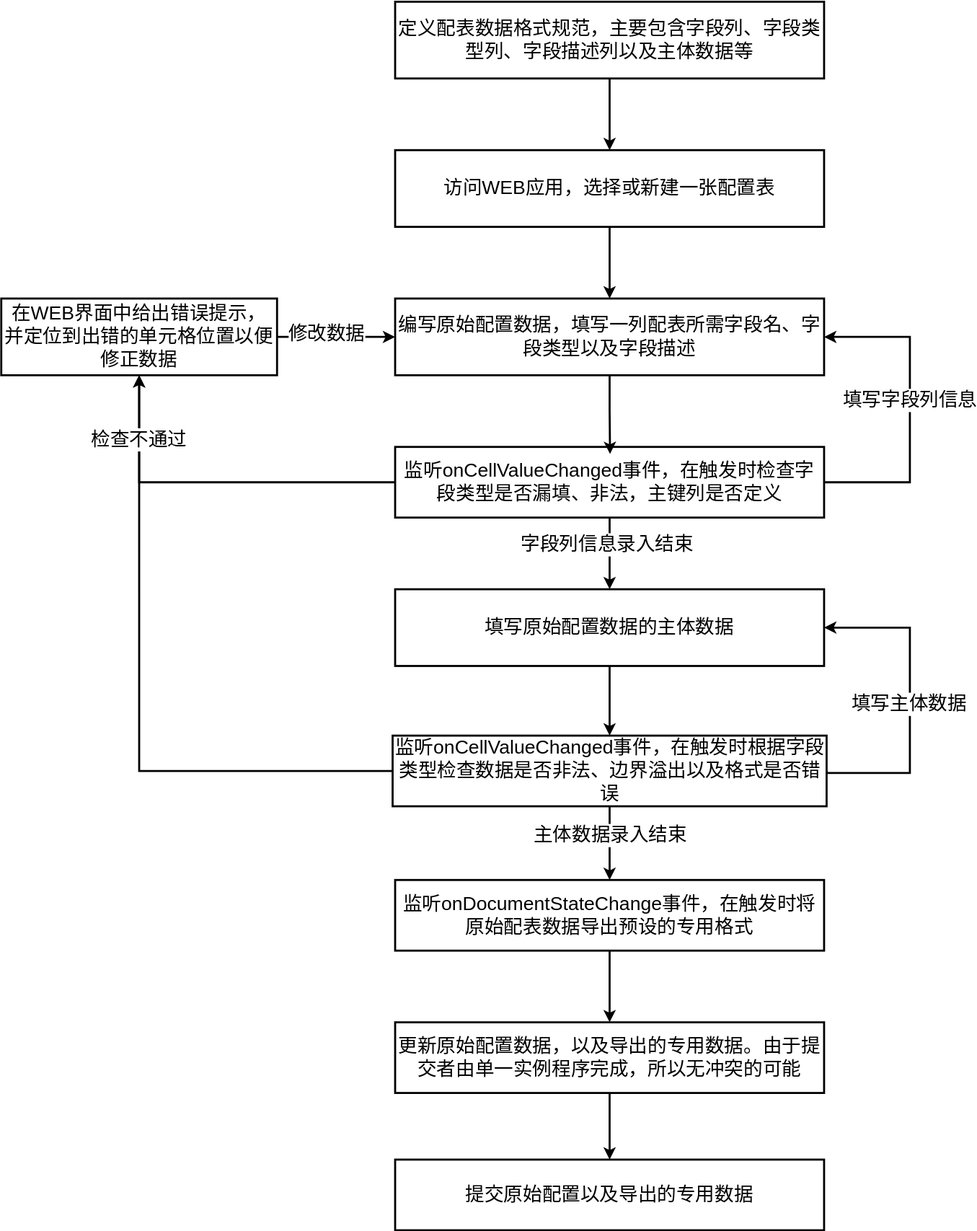
Above: 一种基于WEB表格支持协同配置校验数据的方法/新流程.svg in dong50252409/drawio (draw.io), before the change. Source tidied: cells renumbered, new cells last; positions are measured from the earlier drawing's top-left corner, leaving out a move shared by most shapes.
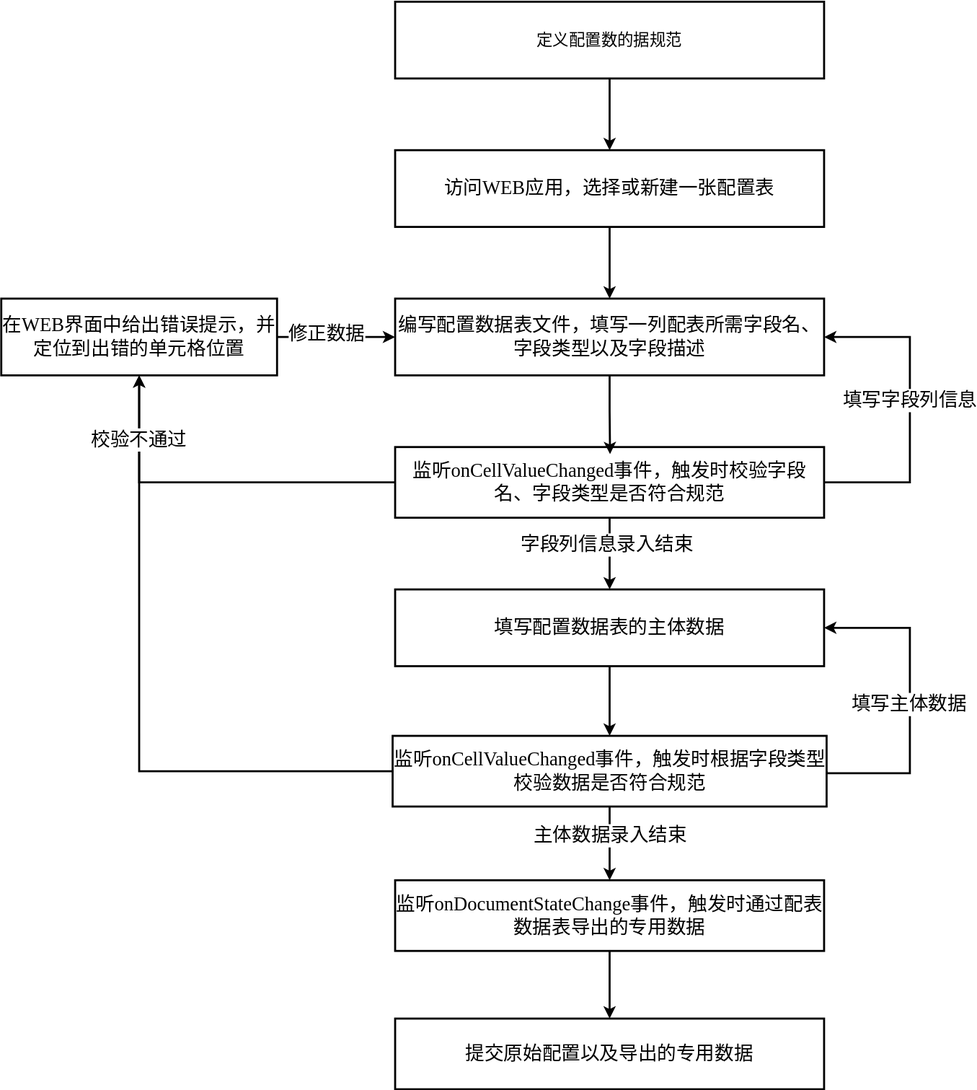
After the commit.

Commit message:
已添加 新流程.svg

What changed in the source:
```diff
@@ -2,52 +2,52 @@
   <root>
     <mxCell id="0" />
     <mxCell id="1" parent="0" />
-    <mxCell id="2" style="edgeStyle=orthogonalEdgeStyle;rounded=0;jettySize=auto;html=1;fontFamily=Helvetica;fontSize=19;strokeWidth=2;" parent="1" edge="1" source="3" target="21">
-      <mxGeometry relative="1" as="geometry" />
-    </mxCell>
+    <mxCell id="31" style="edgeStyle=orthogonalEdgeStyle;rounded=0;jettySize=auto;html=1;exitX=0.5;exitY=1;exitDx=0;exitDy=0;strokeWidth=2;" parent="1" edge="1" source="3" target="30">
+      <mxGeometry relative="1" as="geometry" />
+    </mxCell>
-    <mxCell id="3" value="监听onDocumentStateChange事件，在触发时将原始配表数据导出预设的专用格式" style="shape=rectangle;whiteSpace=wrap;html=1;fontFamily=Helvetica;fontSize=19;strokeWidth=2;" parent="1" vertex="1">
+    <mxCell id="3" value="监听onDocumentStateChange事件，触发时通过配表数据表导出的专用数据" style="shape=rectangle;whiteSpace=wrap;html=1;fontFamily=宋体;fontSize=19;strokeWidth=2;" parent="1" vertex="1">
       <mxGeometry x="390" y="870" width="425" height="70" as="geometry" />
     </mxCell>
-    <mxCell id="4" style="edgeStyle=orthogonalEdgeStyle;rounded=0;jettySize=auto;html=1;exitX=0.5;exitY=1;exitDx=0;exitDy=0;fontFamily=Helvetica;fontSize=19;strokeWidth=2;" parent="1" edge="1" source="5" target="13">
+    <mxCell id="4" style="edgeStyle=orthogonalEdgeStyle;rounded=0;jettySize=auto;html=1;exitX=0.5;exitY=1;exitDx=0;exitDy=0;fontFamily=宋体;fontSize=19;strokeWidth=2;" parent="1" edge="1" source="5" target="13">
       <mxGeometry relative="1" as="geometry" />
     </mxCell>
-    <mxCell id="5" value="定义配表数据格式规范，主要包含字段列、字段类型列、字段描述列以及主体数据等" style="shape=rectangle;whiteSpace=wrap;html=1;fontFamily=Helvetica;fontSize=19;strokeWidth=2;" parent="1" vertex="1">
+    <mxCell id="5" value="&lt;span style=&quot;font-size:12.0pt;font-family:宋体;&lt;br/&gt;mso-bidi-font-family:&amp;quot;Times New Roman&amp;quot;;mso-font-kerning:1.0pt;mso-ansi-language:&lt;br/&gt;EN-US;mso-fareast-language:ZH-CN;mso-bidi-language:AR-SA&quot;&gt;定义配置数的据规范&lt;/span&gt;" style="shape=rectangle;whiteSpace=wrap;html=1;fontFamily=宋体;fontSize=19;strokeWidth=2;" parent="1" vertex="1">
       <mxGeometry x="390" width="425" height="76" as="geometry" />
     </mxCell>
-    <mxCell id="6" style="edgeStyle=orthogonalEdgeStyle;rounded=0;jettySize=auto;html=1;fontFamily=Helvetica;fontSize=19;strokeWidth=2;" parent="1" edge="1" source="7" target="28">
+    <mxCell id="6" style="edgeStyle=orthogonalEdgeStyle;rounded=0;jettySize=auto;html=1;fontFamily=宋体;fontSize=19;strokeWidth=2;" parent="1" edge="1" source="7" target="28">
       <mxGeometry relative="1" as="geometry" />
     </mxCell>
-    <mxCell id="7" value="填写原始配置数据的主体数据" style="shape=rectangle;whiteSpace=wrap;html=1;fontFamily=Helvetica;fontSize=19;strokeWidth=2;perimeter=rectanglePerimeter;" parent="1" vertex="1">
+    <mxCell id="7" value="填写配置数据表的主体数据" style="shape=rectangle;whiteSpace=wrap;html=1;fontFamily=宋体;fontSize=19;strokeWidth=2;perimeter=rectanglePerimeter;" parent="1" vertex="1">
       <mxGeometry x="390" y="582" width="425" height="76" as="geometry" />
     </mxCell>
-    <mxCell id="8" value="编写原始配置数据，填写一列配表所需字段名、字段类型以及字段描述" style="shape=rectangle;whiteSpace=wrap;html=1;fontFamily=Helvetica;fontSize=19;strokeWidth=2;" parent="1" vertex="1">
+    <mxCell id="8" value="编写配置数据表文件，填写一列配表所需字段名、字段类型以及字段描述" style="shape=rectangle;whiteSpace=wrap;html=1;fontFamily=宋体;fontSize=19;strokeWidth=2;" parent="1" vertex="1">
       <mxGeometry x="390" y="294" width="425" height="76" as="geometry" />
     </mxCell>
-    <mxCell id="9" style="edgeStyle=orthogonalEdgeStyle;rounded=0;jettySize=auto;html=1;exitX=1;exitY=0.5;exitDx=0;exitDy=0;entryX=0;entryY=0.5;entryDx=0;entryDy=0;strokeWidth=2;fontSize=19;" parent="1" edge="1" source="11" target="8">
+    <mxCell id="9" style="edgeStyle=orthogonalEdgeStyle;rounded=0;jettySize=auto;html=1;exitX=1;exitY=0.5;exitDx=0;exitDy=0;entryX=0;entryY=0.5;entryDx=0;entryDy=0;strokeWidth=2;fontSize=19;fontFamily=宋体;" parent="1" edge="1" source="11" target="8">
       <mxGeometry relative="1" as="geometry" />
     </mxCell>
-    <mxCell id="10" value="修改数据" style="edgeLabel;html=1;align=center;verticalAlign=middle;fontSize=19;" parent="9" vertex="1">
+    <mxCell id="10" value="修正数据" style="edgeLabel;html=1;align=center;verticalAlign=middle;fontSize=19;fontFamily=宋体;" parent="9" vertex="1">
       <mxGeometry x="-0.18" y="4" relative="1" as="geometry" />
     </mxCell>
-    <mxCell id="11" value="在WEB界面中给出错误提示，并定位到出错的单元格位置以便修正数据" style="shape=rectangle;whiteSpace=wrap;html=1;fontFamily=Helvetica;fontSize=19;strokeWidth=2;" parent="1" vertex="1">
+    <mxCell id="11" value="在WEB界面中给出错误提示，并定位到出错的单元格位置" style="shape=rectangle;whiteSpace=wrap;html=1;fontFamily=宋体;fontSize=19;strokeWidth=2;" parent="1" vertex="1">
       <mxGeometry x="-0.2" y="294" width="273.2" height="76" as="geometry" />
     </mxCell>
-    <mxCell id="12" style="edgeStyle=orthogonalEdgeStyle;rounded=0;jettySize=auto;html=1;exitX=0.5;exitY=1;exitDx=0;exitDy=0;fontFamily=Helvetica;fontSize=19;strokeWidth=2;" parent="1" edge="1" source="13" target="8">
+    <mxCell id="12" style="edgeStyle=orthogonalEdgeStyle;rounded=0;jettySize=auto;html=1;exitX=0.5;exitY=1;exitDx=0;exitDy=0;fontFamily=宋体;fontSize=19;strokeWidth=2;" parent="1" edge="1" source="13" target="8">
       <mxGeometry relative="1" as="geometry" />
     </mxCell>
-    <mxCell id="13" value="访问WEB应用，选择或新建一张配置表" style="shape=rectangle;whiteSpace=wrap;html=1;fontFamily=Helvetica;fontSize=19;strokeWidth=2;" parent="1" vertex="1">
+    <mxCell id="13" value="访问WEB应用，选择或新建一张配置表" style="shape=rectangle;whiteSpace=wrap;html=1;fontFamily=宋体;fontSize=19;strokeWidth=2;" parent="1" vertex="1">
       <mxGeometry x="390" y="147" width="425" height="76" as="geometry" />
     </mxCell>
-    <mxCell id="14" style="edgeStyle=orthogonalEdgeStyle;rounded=0;jettySize=auto;html=1;entryX=0.5;entryY=0;entryDx=0;entryDy=0;fontFamily=Helvetica;fontSize=19;strokeWidth=2;" parent="1" edge="1" source="19" target="7">
+    <mxCell id="14" style="edgeStyle=orthogonalEdgeStyle;rounded=0;jettySize=auto;html=1;entryX=0.5;entryY=0;entryDx=0;entryDy=0;fontFamily=宋体;fontSize=19;strokeWidth=2;" parent="1" edge="1" source="19" target="7">
       <mxGeometry relative="1" as="geometry" />
     </mxCell>
-    <mxCell id="15" value="字段列信息录入结束" style="edgeLabel;html=1;align=center;verticalAlign=middle;fontSize=19;" parent="14" vertex="1">
+    <mxCell id="15" value="字段列信息录入结束" style="edgeLabel;html=1;align=center;verticalAlign=middle;fontSize=19;fontFamily=宋体;" parent="14" vertex="1">
       <mxGeometry x="-0.27" y="-3" relative="1" as="geometry" />
     </mxCell>
-    <mxCell id="16" style="edgeStyle=orthogonalEdgeStyle;rounded=0;jettySize=auto;html=1;exitX=0;exitY=0.5;exitDx=0;exitDy=0;entryX=0.5;entryY=1;entryDx=0;entryDy=0;strokeWidth=2;fontSize=19;" parent="1" edge="1" source="19" target="11">
+    <mxCell id="16" style="edgeStyle=orthogonalEdgeStyle;rounded=0;jettySize=auto;html=1;exitX=0;exitY=0.5;exitDx=0;exitDy=0;entryX=0.5;entryY=1;entryDx=0;entryDy=0;strokeWidth=2;fontSize=19;fontFamily=宋体;" parent="1" edge="1" source="19" target="11">
       <mxGeometry relative="1" as="geometry" />
     </mxCell>
-    <mxCell id="17" style="edgeStyle=orthogonalEdgeStyle;rounded=0;jettySize=auto;html=1;exitX=1;exitY=0.5;exitDx=0;exitDy=0;entryX=1;entryY=0.5;entryDx=0;entryDy=0;fontSize=19;strokeWidth=2;" parent="1" edge="1" source="19" target="8">
+    <mxCell id="17" style="edgeStyle=orthogonalEdgeStyle;rounded=0;jettySize=auto;html=1;exitX=1;exitY=0.5;exitDx=0;exitDy=0;entryX=1;entryY=0.5;entryDx=0;entryDy=0;fontSize=19;strokeWidth=2;fontFamily=宋体;" parent="1" edge="1" source="19" target="8">
       <mxGeometry relative="1" as="geometry">
         <Array as="points">
           <mxPoint x="900" y="476" />
@@ -55,31 +55,25 @@
         </Array>
       </mxGeometry>
     </mxCell>
-    <mxCell id="18" value="填写字段列信息" style="edgeLabel;html=1;align=center;verticalAlign=middle;fontSize=19;" parent="17" vertex="1">
+    <mxCell id="18" value="填写字段列信息" style="edgeLabel;html=1;align=center;verticalAlign=middle;fontSize=19;fontFamily=宋体;" parent="17" vertex="1">
       <mxGeometry x="0.06" y="1" relative="1" as="geometry" />
     </mxCell>
-    <mxCell id="19" value="监听onCellValueChanged事件，在触发时检查字段类型是否漏填、非法，主键列是否定义" style="shape=rectangle;whiteSpace=wrap;html=1;fontFamily=Helvetica;fontSize=19;strokeWidth=2;rounded=0;fixDash=0;perimeter=rectanglePerimeter;" parent="1" vertex="1">
+    <mxCell id="19" value="监听onCellValueChanged事件，触发时校验字段名、字段类型是否符合规范" style="shape=rectangle;whiteSpace=wrap;html=1;fontFamily=宋体;fontSize=19;strokeWidth=2;rounded=0;fixDash=0;perimeter=rectanglePerimeter;" parent="1" vertex="1">
       <mxGeometry x="390" y="441" width="425" height="70" as="geometry" />
     </mxCell>
-    <mxCell id="20" style="edgeStyle=orthogonalEdgeStyle;rounded=0;jettySize=auto;html=1;strokeWidth=2;fontSize=19;" parent="1" edge="1" source="21" target="30">
-      <mxGeometry relative="1" as="geometry" />
-    </mxCell>
-    <mxCell id="21" value="更新原始配置数据，以及导出的专用数据。由于提交者由单一实例程序完成，所以无冲突的可能" style="shape=rectangle;whiteSpace=wrap;html=1;fontFamily=Helvetica;fontSize=19;strokeWidth=2;" parent="1" vertex="1">
-      <mxGeometry x="390" y="1011" width="425" height="70" as="geometry" />
-    </mxCell>
-    <mxCell id="22" style="edgeStyle=orthogonalEdgeStyle;rounded=0;jettySize=auto;html=1;fontFamily=Helvetica;fontSize=19;strokeWidth=2;" parent="1" edge="1" source="28" target="3">
+    <mxCell id="22" style="edgeStyle=orthogonalEdgeStyle;rounded=0;jettySize=auto;html=1;fontFamily=宋体;fontSize=19;strokeWidth=2;" parent="1" edge="1" source="28" target="3">
       <mxGeometry relative="1" as="geometry" />
     </mxCell>
-    <mxCell id="23" value="主体数据录入结束" style="edgeLabel;html=1;align=center;verticalAlign=middle;fontSize=19;" parent="22" vertex="1">
+    <mxCell id="23" value="主体数据录入结束" style="edgeLabel;html=1;align=center;verticalAlign=middle;fontSize=19;fontFamily=宋体;" parent="22" vertex="1">
       <mxGeometry x="-0.24" relative="1" as="geometry" />
     </mxCell>
-    <mxCell id="24" style="edgeStyle=orthogonalEdgeStyle;rounded=0;jettySize=auto;html=1;exitX=0;exitY=0.5;exitDx=0;exitDy=0;entryX=0.5;entryY=1;entryDx=0;entryDy=0;strokeWidth=2;fontSize=19;" parent="1" edge="1" source="28" target="11">
+    <mxCell id="24" style="edgeStyle=orthogonalEdgeStyle;rounded=0;jettySize=auto;html=1;exitX=0;exitY=0.5;exitDx=0;exitDy=0;entryX=0.5;entryY=1;entryDx=0;entryDy=0;strokeWidth=2;fontSize=19;fontFamily=宋体;" parent="1" edge="1" source="28" target="11">
       <mxGeometry relative="1" as="geometry" />
     </mxCell>
-    <mxCell id="25" value="检查不通过" style="edgeLabel;html=1;align=center;verticalAlign=middle;fontSize=19;" parent="24" vertex="1">
+    <mxCell id="25" value="校验不通过" style="edgeLabel;html=1;align=center;verticalAlign=middle;fontSize=19;fontFamily=宋体;" parent="24" vertex="1">
       <mxGeometry x="0.8" y="1" relative="1" as="geometry" />
     </mxCell>
-    <mxCell id="26" style="edgeStyle=orthogonalEdgeStyle;rounded=0;jettySize=auto;html=1;exitX=1;exitY=0.5;exitDx=0;exitDy=0;entryX=1;entryY=0.5;entryDx=0;entryDy=0;fontSize=19;strokeWidth=2;" parent="1" edge="1" source="28" target="7">
+    <mxCell id="26" style="edgeStyle=orthogonalEdgeStyle;rounded=0;jettySize=auto;html=1;exitX=1;exitY=0.5;exitDx=0;exitDy=0;entryX=1;entryY=0.5;entryDx=0;entryDy=0;fontSize=19;strokeWidth=2;fontFamily=宋体;" parent="1" edge="1" source="28" target="7">
       <mxGeometry relative="1" as="geometry">
         <Array as="points">
           <mxPoint x="900" y="764" />
@@ -87,17 +81,17 @@
         </Array>
       </mxGeometry>
     </mxCell>
-    <mxCell id="27" value="填写主体数据" style="edgeLabel;html=1;align=center;verticalAlign=middle;fontSize=19;" parent="26" vertex="1">
+    <mxCell id="27" value="填写主体数据" style="edgeLabel;html=1;align=center;verticalAlign=middle;fontSize=19;fontFamily=宋体;" parent="26" vertex="1">
       <mxGeometry x="-0.03" y="2" relative="1" as="geometry" />
     </mxCell>
-    <mxCell id="28" value="监听onCellValueChanged事件，在触发时根据字段类型检查数据是否非法、边界溢出以及格式是否错误" style="shape=rectangle;whiteSpace=wrap;html=1;fontFamily=Helvetica;fontSize=19;strokeWidth=2;rounded=0;perimeter=rectanglePerimeter;" parent="1" vertex="1">
+    <mxCell id="28" value="监听onCellValueChanged事件，触发时根据字段类型校验数据是否符合规范" style="shape=rectangle;whiteSpace=wrap;html=1;fontFamily=宋体;fontSize=19;strokeWidth=2;rounded=0;perimeter=rectanglePerimeter;" parent="1" vertex="1">
       <mxGeometry x="387.5" y="727" width="430" height="70" as="geometry" />
     </mxCell>
-    <mxCell id="29" style="edgeStyle=orthogonalEdgeStyle;rounded=0;jettySize=auto;html=1;exitX=0.5;exitY=1;exitDx=0;exitDy=0;entryX=0.501;entryY=0.1;entryDx=0;entryDy=0;entryPerimeter=0;fontFamily=Helvetica;fontSize=19;strokeWidth=2;" parent="1" edge="1" source="8" target="19">
+    <mxCell id="29" style="edgeStyle=orthogonalEdgeStyle;rounded=0;jettySize=auto;html=1;exitX=0.5;exitY=1;exitDx=0;exitDy=0;entryX=0.501;entryY=0.1;entryDx=0;entryDy=0;entryPerimeter=0;fontFamily=宋体;fontSize=19;strokeWidth=2;" parent="1" edge="1" source="8" target="19">
       <mxGeometry relative="1" as="geometry" />
     </mxCell>
-    <mxCell id="30" value="提交原始配置以及导出的专用数据" style="shape=rectangle;whiteSpace=wrap;html=1;fontFamily=Helvetica;fontSize=19;strokeWidth=2;" parent="1" vertex="1">
-      <mxGeometry x="390" y="1147" width="425" height="70" as="geometry" />
+    <mxCell id="30" value="提交原始配置以及导出的专用数据" style="shape=rectangle;whiteSpace=wrap;html=1;fontFamily=宋体;fontSize=19;strokeWidth=2;" parent="1" vertex="1">
+      <mxGeometry x="390" y="1007" width="425" height="70" as="geometry" />
     </mxCell>
   </root>
 </mxGraphModel>
```
